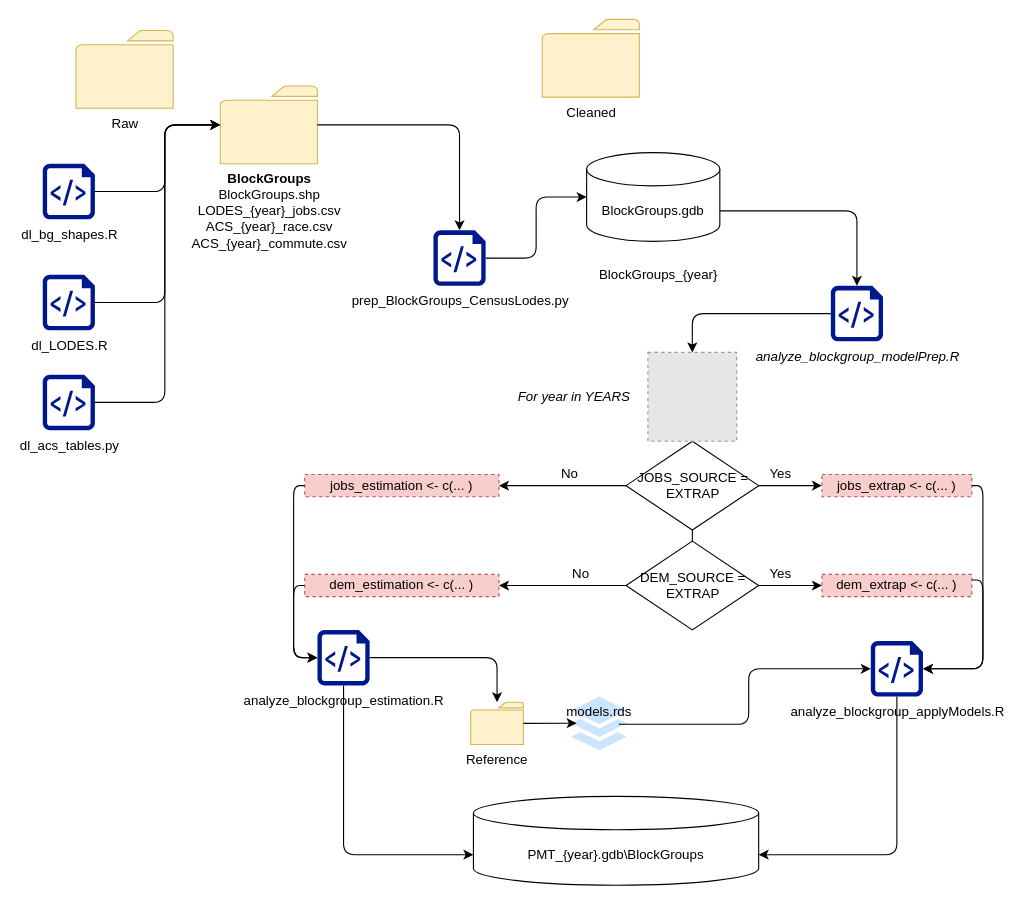
This is page "BG_Exrapolation" (3 of 3) of process_diagrams.drawio from renaissanceplanning/Miami-TOD-PMT, a draw.io file, before an edit. Source tidied: cells renumbered, new cells numbered last; positions are measured from the earlier drawing's top-left corner, leaving out a move shared by most shapes. Both pictures are drawn from the tidied source at 111%, with x=0, y=0 at pixel (42, 19). Pictures stored in the file or linked from it are replaced by grey dashed boxes.
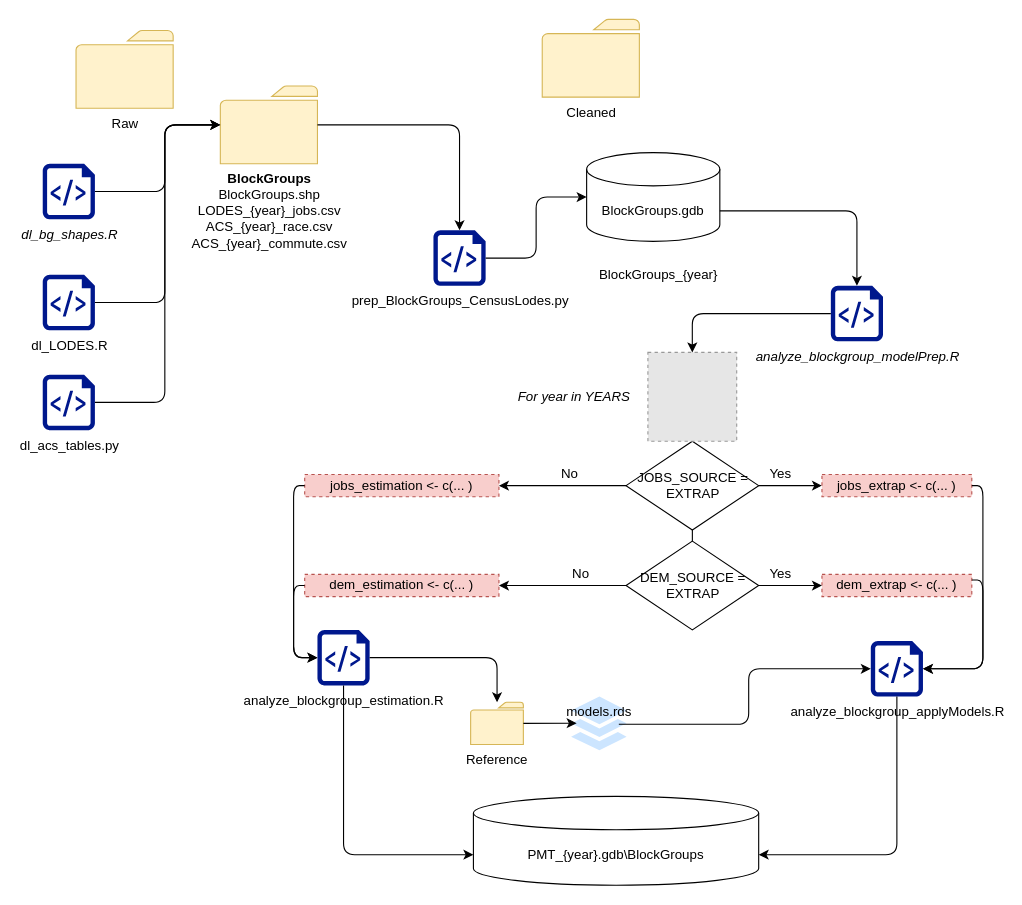
The same page after the edit.

Commit message:
tiny tweak

Change to the diagram source:
```diff
@@
-    <mxCell id="6" value="dl_bg_shapes.R" style="shadow=0;dashed=0;html=1;strokeColor=none;labelPosition=center;verticalLabelPosition=bottom;verticalAlign=top;align=center;fillColor=#00188D;shape=mxgraph.azure.script_file;" parent="1" vertex="1">
+    <mxCell id="6" value="dl_bg_shapes.R" style="shadow=0;dashed=0;html=1;strokeColor=none;labelPosition=center;verticalLabelPosition=bottom;verticalAlign=top;align=center;fillColor=#00188D;shape=mxgraph.azure.script_file;fontStyle=2;" parent="1" vertex="1">
       <mxGeometry y="130" width="47" height="50" as="geometry" />
     </mxCell>
```
